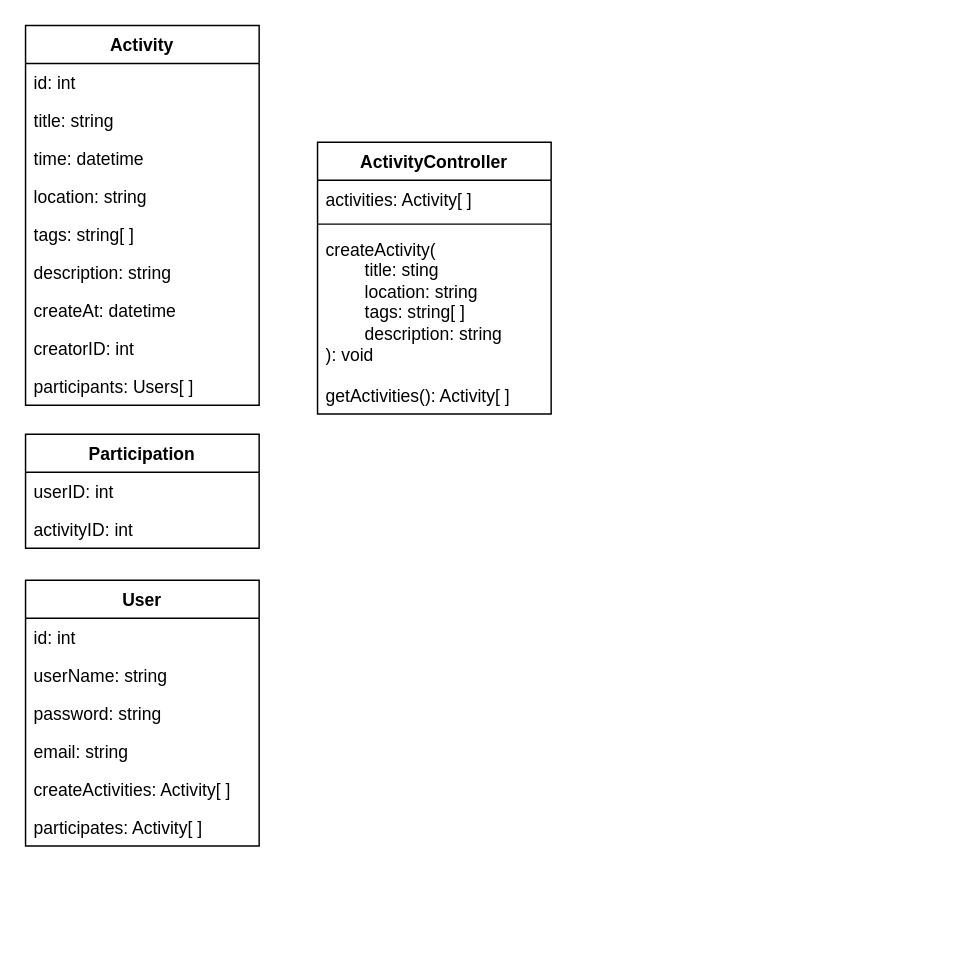
Before: docs/create_activity_UML_class.drawio in Yishanka/Soda, a draw.io diagram. Source tidied: cells renumbered, new cells numbered last; positions are measured from the earlier drawing's top-left corner, leaving out a move shared by most shapes. Both pictures are drawn from the tidied source at 146%, with x=0, y=0 at pixel (25, 25).
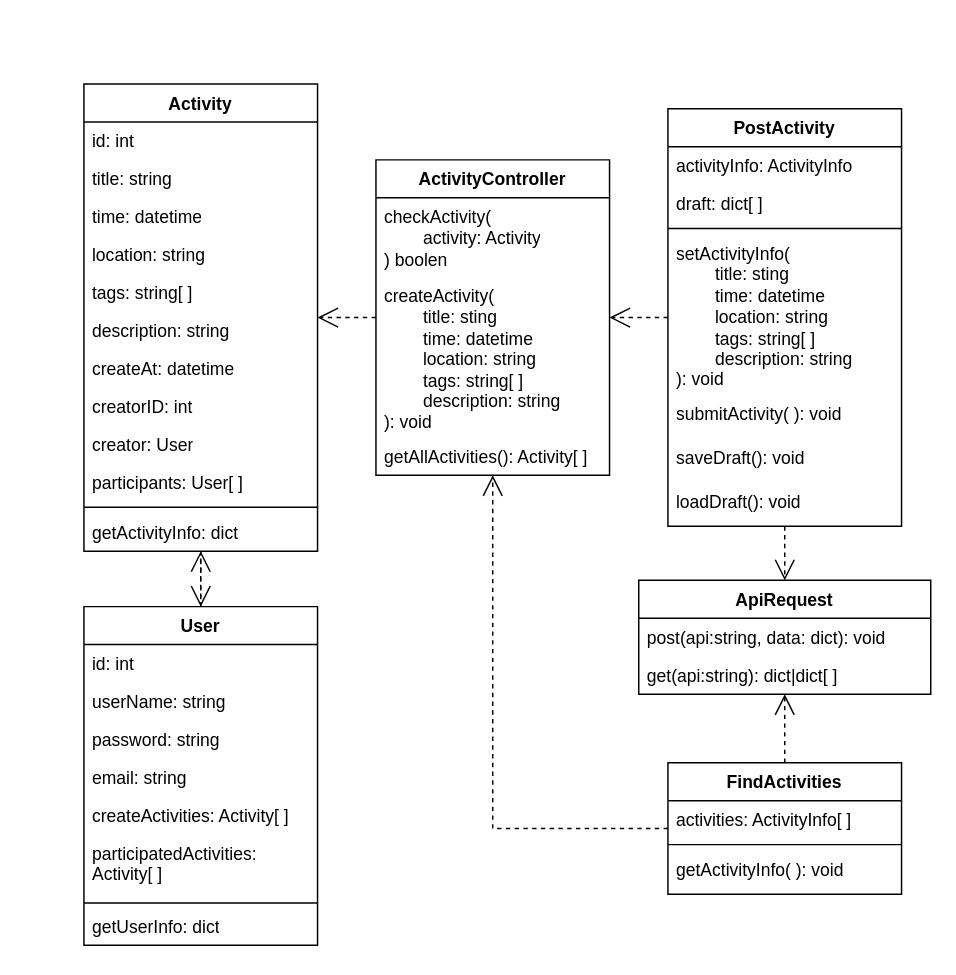
After the change.

Change to the diagram source:
```diff
@@
     <mxCell id="2" value="Activity" style="swimlane;fontStyle=1;align=center;verticalAlign=top;horizontal=1;startSize=26;whiteSpace=wrap;html=1;" parent="1" vertex="1">
-      <mxGeometry width="160" height="260" as="geometry" />
+      <mxGeometry x="40" y="40" width="160" height="320" as="geometry" />
     </mxCell>
@@
+    <mxCell id="27" value="creatorID: int" style="text;strokeColor=none;fillColor=none;align=left;verticalAlign=top;spacingLeft=4;spacingRight=4;overflow=hidden;whiteSpace=wrap;html=1;" parent="2" vertex="1">
+      <mxGeometry y="208" width="160" height="26" as="geometry" />
+    </mxCell>
-    <mxCell id="10" value="creatorID: int" style="text;strokeColor=none;fillColor=none;align=left;verticalAlign=top;spacingLeft=4;spacingRight=4;overflow=hidden;whiteSpace=wrap;html=1;" parent="2" vertex="1">
-      <mxGeometry y="208" width="160" height="26" as="geometry" />
+    <mxCell id="10" value="creator: User" style="text;strokeColor=none;fillColor=none;align=left;verticalAlign=top;spacingLeft=4;spacingRight=4;overflow=hidden;whiteSpace=wrap;html=1;" parent="2" vertex="1">
+      <mxGeometry y="234" width="160" height="26" as="geometry" />
     </mxCell>
-    <mxCell id="11" value="participants: Users[ ]" style="text;strokeColor=none;fillColor=none;align=left;verticalAlign=top;spacingLeft=4;spacingRight=4;overflow=hidden;whiteSpace=wrap;html=1;" parent="2" vertex="1">
-      <mxGeometry y="234" width="160" height="26" as="geometry" />
+    <mxCell id="11" value="participants: User[ ]" style="text;strokeColor=none;fillColor=none;align=left;verticalAlign=top;spacingLeft=4;spacingRight=4;overflow=hidden;whiteSpace=wrap;html=1;" parent="2" vertex="1">
+      <mxGeometry y="260" width="160" height="26" as="geometry" />
     </mxCell>
+    <mxCell id="28" style="line;strokeWidth=1;fillColor=none;align=left;verticalAlign=middle;spacingTop=-1;spacingLeft=3;spacingRight=3;labelPosition=right;strokeColor=inherit;" parent="2" vertex="1">
+      <mxGeometry y="286" width="160" height="8" as="geometry" />
+    </mxCell>
+    <mxCell id="29" value="getActivityInfo: dict" style="text;strokeColor=none;fillColor=none;align=left;verticalAlign=top;spacingLeft=4;spacingRight=4;overflow=hidden;whiteSpace=wrap;html=1;" parent="2" vertex="1">
+      <mxGeometry y="294" width="160" height="26" as="geometry" />
+    </mxCell>
     <mxCell id="12" value="User" style="swimlane;fontStyle=1;align=center;verticalAlign=top;horizontal=1;startSize=26;whiteSpace=wrap;html=1;" parent="1" vertex="1">
-      <mxGeometry y="380" width="160" height="182" as="geometry" />
+      <mxGeometry x="40" y="398" width="160" height="232" as="geometry" />
     </mxCell>
@@
-    <mxCell id="18" value="participates: Activity[ ]" style="text;strokeColor=none;fillColor=none;align=left;verticalAlign=top;spacingLeft=4;spacingRight=4;overflow=hidden;whiteSpace=wrap;html=1;" parent="12" vertex="1">
-      <mxGeometry y="156" width="160" height="26" as="geometry" />
+    <mxCell id="18" value="participatedActivities: Activity[ ]" style="text;strokeColor=none;fillColor=none;align=left;verticalAlign=top;spacingLeft=4;spacingRight=4;overflow=hidden;whiteSpace=wrap;html=1;" parent="12" vertex="1">
+      <mxGeometry y="156" width="160" height="44" as="geometry" />
     </mxCell>
+    <mxCell id="30" style="line;strokeWidth=1;fillColor=none;align=left;verticalAlign=middle;spacingTop=-1;spacingLeft=3;spacingRight=3;labelPosition=right;strokeColor=inherit;" parent="12" vertex="1">
+      <mxGeometry y="200" width="160" height="6" as="geometry" />
+    </mxCell>
+    <mxCell id="31" value="getUserInfo: dict" style="text;strokeColor=none;fillColor=none;align=left;verticalAlign=top;spacingLeft=4;spacingRight=4;overflow=hidden;whiteSpace=wrap;html=1;" parent="12" vertex="1">
+      <mxGeometry y="206" width="160" height="26" as="geometry" />
+    </mxCell>
     <mxCell id="19" value="ActivityController" style="swimlane;fontStyle=1;align=center;verticalAlign=top;horizontal=1;startSize=26;whiteSpace=wrap;html=1;" parent="1" vertex="1">
-      <mxGeometry x="200" y="80" width="160" height="186" as="geometry" />
+      <mxGeometry x="240" y="92" width="160" height="216" as="geometry" />
     </mxCell>
-    <mxCell id="20" value="activities: Activity[ ]" style="text;strokeColor=none;fillColor=none;align=left;verticalAlign=top;spacingLeft=4;spacingRight=4;overflow=hidden;whiteSpace=wrap;html=1;" parent="19" vertex="1">
-      <mxGeometry y="26" width="160" height="26" as="geometry" />
-    </mxCell>
-    <mxCell id="21" style="line;strokeWidth=1;fillColor=none;align=left;verticalAlign=middle;spacingTop=-1;spacingLeft=3;spacingRight=3;labelPosition=right;strokeColor=inherit;" parent="19" vertex="1">
-      <mxGeometry y="52" width="160" height="8" as="geometry" />
-    </mxCell>
+    <mxCell id="32" value="checkActivity(&lt;div&gt;&lt;span style=&quot;white-space: pre;&quot;&gt;&#9;&lt;/span&gt;activity: Activity&lt;/div&gt;&lt;div&gt;) boolen&lt;/div&gt;" style="text;strokeColor=none;fillColor=none;align=left;verticalAlign=top;spacingLeft=4;spacingRight=4;overflow=hidden;whiteSpace=wrap;html=1;" parent="19" vertex="1">
+      <mxGeometry y="26" width="160" height="54" as="geometry" />
+    </mxCell>
-    <mxCell id="22" value="createActivity(&lt;div&gt;&lt;span style=&quot;white-space: pre;&quot;&gt;&#9;&lt;/span&gt;title: sting&lt;br&gt;&lt;/div&gt;&lt;div&gt;&lt;span style=&quot;white-space: pre;&quot;&gt;&#9;&lt;/span&gt;location: string&lt;br&gt;&lt;/div&gt;&lt;div&gt;&lt;span style=&quot;white-space: pre;&quot;&gt;&#9;&lt;/span&gt;tags: string[ ]&lt;br&gt;&lt;/div&gt;&lt;div&gt;&lt;span style=&quot;white-space: pre;&quot;&gt;&#9;&lt;/span&gt;description: string&lt;/div&gt;&lt;div&gt;): void&lt;/div&gt;" style="text;strokeColor=none;fillColor=none;align=left;verticalAlign=top;spacingLeft=4;spacingRight=4;overflow=hidden;whiteSpace=wrap;html=1;" parent="19" vertex="1">
-      <mxGeometry y="60" width="160" height="100" as="geometry" />
+    <mxCell id="22" value="createActivity(&lt;div&gt;&lt;span style=&quot;white-space: pre;&quot;&gt;&#9;&lt;/span&gt;title: sting&lt;br&gt;&lt;/div&gt;&lt;div&gt;&lt;span style=&quot;white-space: pre;&quot;&gt;&#9;&lt;/span&gt;time: datetime&lt;br&gt;&lt;/div&gt;&lt;div&gt;&lt;span style=&quot;white-space: pre;&quot;&gt;&#9;&lt;/span&gt;location: string&lt;br&gt;&lt;/div&gt;&lt;div&gt;&lt;span style=&quot;white-space: pre;&quot;&gt;&#9;&lt;/span&gt;tags: string[ ]&lt;br&gt;&lt;/div&gt;&lt;div&gt;&lt;span style=&quot;white-space: pre;&quot;&gt;&#9;&lt;/span&gt;description: string&lt;/div&gt;&lt;div&gt;): void&lt;/div&gt;" style="text;strokeColor=none;fillColor=none;align=left;verticalAlign=top;spacingLeft=4;spacingRight=4;overflow=hidden;whiteSpace=wrap;html=1;" parent="19" vertex="1">
+      <mxGeometry y="80" width="160" height="110" as="geometry" />
     </mxCell>
-    <mxCell id="23" value="getActivities(): Activity[ ]" style="text;strokeColor=none;fillColor=none;align=left;verticalAlign=top;spacingLeft=4;spacingRight=4;overflow=hidden;whiteSpace=wrap;html=1;" parent="19" vertex="1">
-      <mxGeometry y="160" width="160" height="26" as="geometry" />
+    <mxCell id="23" value="getAllActivities(): Activity[ ]" style="text;strokeColor=none;fillColor=none;align=left;verticalAlign=top;spacingLeft=4;spacingRight=4;overflow=hidden;whiteSpace=wrap;html=1;" parent="19" vertex="1">
+      <mxGeometry y="190" width="160" height="26" as="geometry" />
     </mxCell>
-    <mxCell id="24" value="Participation" style="swimlane;fontStyle=1;align=center;verticalAlign=top;horizontal=1;startSize=26;whiteSpace=wrap;html=1;" parent="1" vertex="1">
-      <mxGeometry y="280" width="160" height="78" as="geometry" />
-    </mxCell>
-    <mxCell id="25" value="userID: int" style="text;strokeColor=none;fillColor=none;align=left;verticalAlign=top;spacingLeft=4;spacingRight=4;overflow=hidden;whiteSpace=wrap;html=1;" parent="24" vertex="1">
-      <mxGeometry y="26" width="160" height="26" as="geometry" />
-    </mxCell>
-    <mxCell id="26" value="activityID: int" style="text;strokeColor=none;fillColor=none;align=left;verticalAlign=top;spacingLeft=4;spacingRight=4;overflow=hidden;whiteSpace=wrap;html=1;" parent="24" vertex="1">
-      <mxGeometry y="52" width="160" height="26" as="geometry" />
-    </mxCell>
+    <mxCell id="33" value="PostActivity" style="swimlane;fontStyle=1;align=center;verticalAlign=top;horizontal=1;startSize=26;whiteSpace=wrap;html=1;" parent="1" vertex="1">
+      <mxGeometry x="440" y="57" width="160" height="286" as="geometry" />
+    </mxCell>
+    <mxCell id="34" value="activityInfo: ActivityInfo" style="text;strokeColor=none;fillColor=none;align=left;verticalAlign=top;spacingLeft=4;spacingRight=4;overflow=hidden;whiteSpace=wrap;html=1;" parent="33" vertex="1">
+      <mxGeometry y="26" width="160" height="26" as="geometry" />
+    </mxCell>
+    <mxCell id="35" value="draft: dict[ ]" style="text;strokeColor=none;fillColor=none;align=left;verticalAlign=top;spacingLeft=4;spacingRight=4;overflow=hidden;whiteSpace=wrap;html=1;" parent="33" vertex="1">
+      <mxGeometry y="52" width="160" height="26" as="geometry" />
+    </mxCell>
+    <mxCell id="36" style="line;strokeWidth=1;fillColor=none;align=left;verticalAlign=middle;spacingTop=-1;spacingLeft=3;spacingRight=3;labelPosition=right;strokeColor=inherit;" parent="33" vertex="1">
+      <mxGeometry y="78" width="160" height="8" as="geometry" />
+    </mxCell>
+    <mxCell id="37" value="setActivityInfo(&lt;div&gt;&lt;span style=&quot;white-space: pre;&quot;&gt;&#9;&lt;/span&gt;title: sting&lt;br&gt;&lt;/div&gt;&lt;div&gt;&lt;span style=&quot;white-space: pre;&quot;&gt;&#9;&lt;/span&gt;time: datetime&lt;br&gt;&lt;/div&gt;&lt;div&gt;&lt;span style=&quot;white-space: pre;&quot;&gt;&#9;&lt;/span&gt;location: string&lt;br&gt;&lt;/div&gt;&lt;div&gt;&lt;span style=&quot;white-space: pre;&quot;&gt;&#9;&lt;/span&gt;tags: string[ ]&lt;br&gt;&lt;/div&gt;&lt;div&gt;&lt;span style=&quot;white-space: pre;&quot;&gt;&#9;&lt;/span&gt;description: string&lt;/div&gt;&lt;div&gt;): void&lt;/div&gt;" style="text;strokeColor=none;fillColor=none;align=left;verticalAlign=top;spacingLeft=4;spacingRight=4;overflow=hidden;whiteSpace=wrap;html=1;" parent="33" vertex="1">
+      <mxGeometry y="86" width="160" height="110" as="geometry" />
+    </mxCell>
+    <mxCell id="38" value="submitActivity(&amp;nbsp;&lt;span style=&quot;background-color: transparent; color: light-dark(rgb(0, 0, 0), rgb(255, 255, 255));&quot;&gt;): void&lt;/span&gt;" style="text;strokeColor=none;fillColor=none;align=left;verticalAlign=top;spacingLeft=4;spacingRight=4;overflow=hidden;whiteSpace=wrap;html=1;" parent="33" vertex="1">
+      <mxGeometry y="196" width="160" height="30" as="geometry" />
+    </mxCell>
+    <mxCell id="39" value="saveDraft(): void" style="text;strokeColor=none;fillColor=none;align=left;verticalAlign=top;spacingLeft=4;spacingRight=4;overflow=hidden;whiteSpace=wrap;html=1;" parent="33" vertex="1">
+      <mxGeometry y="226" width="160" height="30" as="geometry" />
+    </mxCell>
+    <mxCell id="40" value="loadDraft(): void" style="text;strokeColor=none;fillColor=none;align=left;verticalAlign=top;spacingLeft=4;spacingRight=4;overflow=hidden;whiteSpace=wrap;html=1;" parent="33" vertex="1">
+      <mxGeometry y="256" width="160" height="30" as="geometry" />
+    </mxCell>
+    <mxCell id="41" value="ApiRequest" style="swimlane;fontStyle=1;align=center;verticalAlign=top;horizontal=1;startSize=26;whiteSpace=wrap;html=1;" parent="1" vertex="1">
+      <mxGeometry x="420" y="380" width="200" height="78" as="geometry" />
+    </mxCell>
+    <mxCell id="42" value="post(api:string, data: dict): void" style="text;strokeColor=none;fillColor=none;align=left;verticalAlign=top;spacingLeft=4;spacingRight=4;overflow=hidden;whiteSpace=wrap;html=1;" parent="41" vertex="1">
+      <mxGeometry y="26" width="200" height="26" as="geometry" />
+    </mxCell>
+    <mxCell id="43" value="get(api:string): dict|dict[ ]" style="text;strokeColor=none;fillColor=none;align=left;verticalAlign=top;spacingLeft=4;spacingRight=4;overflow=hidden;whiteSpace=wrap;html=1;" parent="41" vertex="1">
+      <mxGeometry y="52" width="200" height="26" as="geometry" />
+    </mxCell>
+    <mxCell id="44" value="FindActivities" style="swimlane;fontStyle=1;align=center;verticalAlign=top;horizontal=1;startSize=26;whiteSpace=wrap;html=1;" parent="1" vertex="1">
+      <mxGeometry x="440" y="505" width="160" height="90" as="geometry" />
+    </mxCell>
+    <mxCell id="45" value="activities: ActivityInfo[ ]" style="text;strokeColor=none;fillColor=none;align=left;verticalAlign=top;spacingLeft=4;spacingRight=4;overflow=hidden;whiteSpace=wrap;html=1;" parent="44" vertex="1">
+      <mxGeometry y="26" width="160" height="26" as="geometry" />
+    </mxCell>
+    <mxCell id="21" style="line;strokeWidth=1;fillColor=none;align=left;verticalAlign=middle;spacingTop=-1;spacingLeft=3;spacingRight=3;labelPosition=right;strokeColor=inherit;" parent="44" vertex="1">
+      <mxGeometry y="52" width="160" height="8" as="geometry" />
+    </mxCell>
+    <mxCell id="46" value="getActivityInfo(&amp;nbsp;&lt;span style=&quot;background-color: transparent; color: light-dark(rgb(0, 0, 0), rgb(255, 255, 255));&quot;&gt;): void&lt;/span&gt;" style="text;strokeColor=none;fillColor=none;align=left;verticalAlign=top;spacingLeft=4;spacingRight=4;overflow=hidden;whiteSpace=wrap;html=1;" parent="44" vertex="1">
+      <mxGeometry y="60" width="160" height="30" as="geometry" />
+    </mxCell>
+    <mxCell id="47" style="endArrow=open;endSize=12;dashed=1;html=1;rounded=0;" parent="1" edge="1" source="2" target="12">
+      <mxGeometry relative="1" as="geometry" />
+    </mxCell>
+    <mxCell id="48" style="endArrow=open;endSize=12;dashed=1;html=1;rounded=0;" parent="1" edge="1" source="19" target="2">
+      <mxGeometry relative="1" as="geometry" />
+    </mxCell>
+    <mxCell id="49" style="endArrow=open;endSize=12;dashed=1;html=1;rounded=0;" parent="1" edge="1" source="12" target="2">
+      <mxGeometry relative="1" as="geometry" />
+    </mxCell>
+    <mxCell id="50" style="endArrow=open;endSize=12;dashed=1;html=1;rounded=0;" parent="1" edge="1" source="33" target="19">
+      <mxGeometry relative="1" as="geometry" />
+    </mxCell>
+    <mxCell id="51" style="endArrow=open;endSize=12;dashed=1;html=1;rounded=0;" parent="1" edge="1" source="44" target="19">
+      <mxGeometry relative="1" as="geometry">
+        <Array as="points">
+          <mxPoint x="320" y="550" />
+        </Array>
+      </mxGeometry>
+    </mxCell>
+    <mxCell id="52" style="endArrow=open;endSize=12;dashed=1;html=1;rounded=0;" parent="1" edge="1" source="33" target="41">
+      <mxGeometry relative="1" as="geometry" />
+    </mxCell>
+    <mxCell id="53" style="endArrow=open;endSize=12;dashed=1;html=1;rounded=0;" parent="1" edge="1" source="44" target="41">
+      <mxGeometry relative="1" as="geometry" />
+    </mxCell>
```
